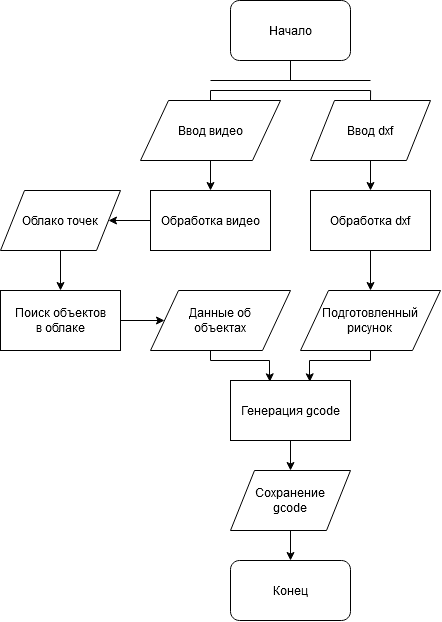
The draw.io diagram files/img/vkr/general scheme.png in bedlamzd/vkr, before a commit. Source tidied: cells renumbered, new cells last; positions are measured from the earlier drawing's top-left corner, leaving out a move shared by most shapes.
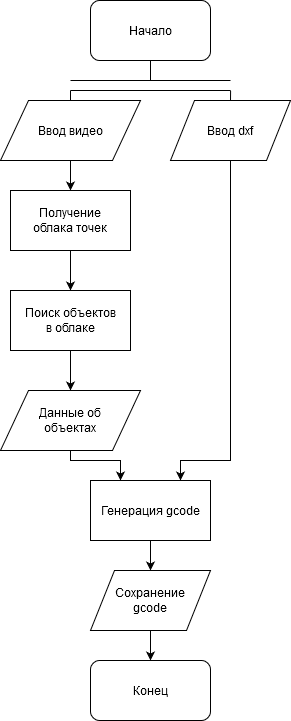
Above is the later version.

Commit message:
дополнительные иллюстрации

Diff of the diagram source:
```diff
@@ -24,10 +24,10 @@
     <mxCell id="6" value="Ввод видео" style="shape=parallelogram;perimeter=parallelogramPerimeter;whiteSpace=wrap;html=1;" parent="1" vertex="1">
       <mxGeometry x="140" y="100" width="140" height="60" as="geometry" />
     </mxCell>
-    <mxCell id="7" style="edgeStyle=orthogonalEdgeStyle;rounded=0;jettySize=auto;html=1;endArrow=classic;endFill=1;strokeColor=#000000;" parent="1" edge="1" source="8" target="17">
-      <mxGeometry relative="1" as="geometry" />
-    </mxCell>
+    <mxCell id="29" style="edgeStyle=orthogonalEdgeStyle;rounded=0;jettySize=auto;html=1;" parent="1" edge="1" source="8" target="19">
+      <mxGeometry relative="1" as="geometry" />
+    </mxCell>
-    <mxCell id="8" value="Обработка видео" style="rounded=0;whiteSpace=wrap;html=1;" parent="1" vertex="1">
+    <mxCell id="8" value="&lt;div&gt;Получение&lt;/div&gt;&lt;div&gt;облака точек&lt;br&gt;&lt;/div&gt;" style="rounded=0;whiteSpace=wrap;html=1;" parent="1" vertex="1">
       <mxGeometry x="150" y="190" width="120" height="60" as="geometry" />
     </mxCell>
     <mxCell id="9" style="edgeStyle=orthogonalEdgeStyle;rounded=0;jettySize=auto;html=1;exitX=0.5;exitY=0;exitDx=0;exitDy=0;endArrow=none;endFill=0;strokeColor=#000000;" parent="1" edge="1" source="11">
@@ -35,18 +35,17 @@
         <mxPoint x="370.1" y="90" as="targetPoint" />
       </mxGeometry>
     </mxCell>
-    <mxCell id="10" style="edgeStyle=orthogonalEdgeStyle;rounded=0;jettySize=auto;html=1;exitX=0.5;exitY=1;exitDx=0;exitDy=0;entryX=0.5;entryY=0;entryDx=0;entryDy=0;endArrow=classic;endFill=1;strokeColor=#000000;" parent="1" edge="1" source="11" target="13">
-      <mxGeometry relative="1" as="geometry" />
-    </mxCell>
+    <mxCell id="30" style="edgeStyle=orthogonalEdgeStyle;rounded=0;jettySize=auto;html=1;entryX=0.75;entryY=0;entryDx=0;entryDy=0;" parent="1" edge="1" source="11" target="25">
+      <mxGeometry relative="1" as="geometry">
+        <Array as="points">
+          <mxPoint x="370" y="460" />
+          <mxPoint x="320" y="460" />
+        </Array>
+      </mxGeometry>
+    </mxCell>
     <mxCell id="11" value="Ввод dxf" style="shape=parallelogram;perimeter=parallelogramPerimeter;whiteSpace=wrap;html=1;" parent="1" vertex="1">
       <mxGeometry x="310" y="100" width="120" height="60" as="geometry" />
     </mxCell>
-    <mxCell id="12" style="edgeStyle=orthogonalEdgeStyle;rounded=0;jettySize=auto;html=1;endArrow=classic;endFill=1;strokeColor=#000000;" parent="1" edge="1" source="13" target="23">
-      <mxGeometry relative="1" as="geometry" />
-    </mxCell>
-    <mxCell id="13" value="Обработка dxf" style="rounded=0;whiteSpace=wrap;html=1;" parent="1" vertex="1">
-      <mxGeometry x="310" y="190" width="120" height="60" as="geometry" />
-    </mxCell>
     <mxCell id="14" style="endArrow=none;html=1;strokeColor=#000000;" parent="1" edge="1">
       <mxGeometry relative="1" as="geometry">
         <mxPoint x="210" y="90" as="sourcePoint" />
@@ -59,56 +58,37 @@
         <mxPoint x="370" y="80" as="targetPoint" />
       </mxGeometry>
     </mxCell>
-    <mxCell id="16" style="edgeStyle=orthogonalEdgeStyle;rounded=0;jettySize=auto;html=1;endArrow=classic;endFill=1;strokeColor=#000000;" parent="1" edge="1" source="17" target="19">
-      <mxGeometry relative="1" as="geometry" />
-    </mxCell>
-    <mxCell id="17" value="Облако точек" style="shape=parallelogram;perimeter=parallelogramPerimeter;whiteSpace=wrap;html=1;" parent="1" vertex="1">
-      <mxGeometry y="190" width="120" height="60" as="geometry" />
-    </mxCell>
     <mxCell id="18" style="edgeStyle=orthogonalEdgeStyle;rounded=0;jettySize=auto;html=1;endArrow=classic;endFill=1;strokeColor=#000000;" parent="1" edge="1" source="19" target="21">
       <mxGeometry relative="1" as="geometry" />
     </mxCell>
     <mxCell id="19" value="&lt;div&gt;Поиск объектов&lt;/div&gt;в облаке" style="rounded=0;whiteSpace=wrap;html=1;" parent="1" vertex="1">
-      <mxGeometry y="290" width="120" height="60" as="geometry" />
+      <mxGeometry x="150" y="290" width="120" height="60" as="geometry" />
     </mxCell>
-    <mxCell id="20" style="edgeStyle=orthogonalEdgeStyle;rounded=0;jettySize=auto;html=1;entryX=0.328;entryY=0.022;entryDx=0;entryDy=0;entryPerimeter=0;endArrow=classic;endFill=1;strokeColor=#000000;" parent="1" edge="1" source="21" target="25">
+    <mxCell id="20" style="edgeStyle=orthogonalEdgeStyle;rounded=0;jettySize=auto;html=1;" parent="1" edge="1" source="21" target="25">
       <mxGeometry relative="1" as="geometry">
         <Array as="points">
-          <mxPoint x="210" y="360" />
-          <mxPoint x="269" y="360" />
-          <mxPoint x="269" y="381" />
+          <mxPoint x="210" y="460" />
+          <mxPoint x="260" y="460" />
         </Array>
       </mxGeometry>
     </mxCell>
     <mxCell id="21" value="&lt;div&gt;Данные об&lt;/div&gt;&lt;div&gt;объектах&lt;br&gt;&lt;/div&gt;" style="shape=parallelogram;perimeter=parallelogramPerimeter;whiteSpace=wrap;html=1;" parent="1" vertex="1">
-      <mxGeometry x="150" y="290" width="140" height="60" as="geometry" />
+      <mxGeometry x="140" y="390" width="140" height="60" as="geometry" />
     </mxCell>
-    <mxCell id="22" style="edgeStyle=orthogonalEdgeStyle;rounded=0;jettySize=auto;html=1;entryX=0.661;entryY=0.022;entryDx=0;entryDy=0;entryPerimeter=0;endArrow=classic;endFill=1;strokeColor=#000000;" parent="1" edge="1" source="23" target="25">
-      <mxGeometry relative="1" as="geometry">
-        <Array as="points">
-          <mxPoint x="370" y="360" />
-          <mxPoint x="309" y="360" />
-          <mxPoint x="309" y="381" />
-        </Array>
-      </mxGeometry>
-    </mxCell>
-    <mxCell id="23" value="&lt;div&gt;Подготовленный&lt;/div&gt;&lt;div&gt;рисунок&lt;br&gt;&lt;/div&gt;" style="shape=parallelogram;perimeter=parallelogramPerimeter;whiteSpace=wrap;html=1;" parent="1" vertex="1">
-      <mxGeometry x="300" y="290" width="140" height="60" as="geometry" />
-    </mxCell>
     <mxCell id="24" style="edgeStyle=orthogonalEdgeStyle;rounded=0;jettySize=auto;html=1;endArrow=classic;endFill=1;strokeColor=#000000;" parent="1" edge="1" source="25" target="27">
       <mxGeometry relative="1" as="geometry" />
     </mxCell>
     <mxCell id="25" value="Генерация gcode" style="rounded=0;whiteSpace=wrap;html=1;" parent="1" vertex="1">
-      <mxGeometry x="230" y="380" width="120" height="60" as="geometry" />
+      <mxGeometry x="230" y="480" width="120" height="60" as="geometry" />
     </mxCell>
     <mxCell id="26" style="edgeStyle=orthogonalEdgeStyle;rounded=0;jettySize=auto;html=1;endArrow=classic;endFill=1;strokeColor=#000000;" parent="1" edge="1" source="27" target="28">
       <mxGeometry relative="1" as="geometry" />
     </mxCell>
     <mxCell id="27" value="&lt;div&gt;Сохранение&lt;/div&gt;&lt;div&gt;gcode&lt;br&gt;&lt;/div&gt;" style="shape=parallelogram;perimeter=parallelogramPerimeter;whiteSpace=wrap;html=1;" parent="1" vertex="1">
-      <mxGeometry x="230" y="470" width="120" height="60" as="geometry" />
+      <mxGeometry x="230" y="570" width="120" height="60" as="geometry" />
     </mxCell>
     <mxCell id="28" value="Конец" style="rounded=1;whiteSpace=wrap;html=1;" parent="1" vertex="1">
-      <mxGeometry x="230" y="560" width="120" height="60" as="geometry" />
+      <mxGeometry x="230" y="660" width="120" height="60" as="geometry" />
     </mxCell>
   </root>
 </mxGraphModel>
```
